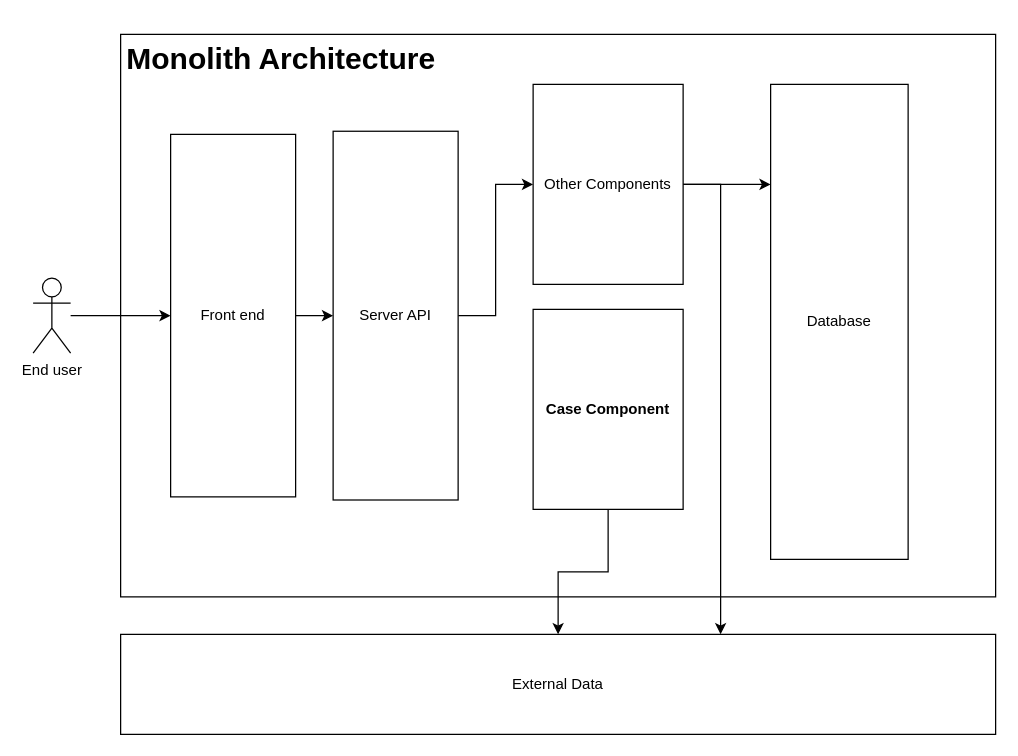
This is draw.io/Untitled Diagram.drawio from veliValentine/master-thesis, a draw.io file, before an edit. Source tidied: cells renumbered, new cells numbered last; positions are measured from the earlier drawing's top-left corner, leaving out a move shared by most shapes. Both pictures are drawn from the tidied source at 125%, with x=0, y=0 at pixel (32, 34).
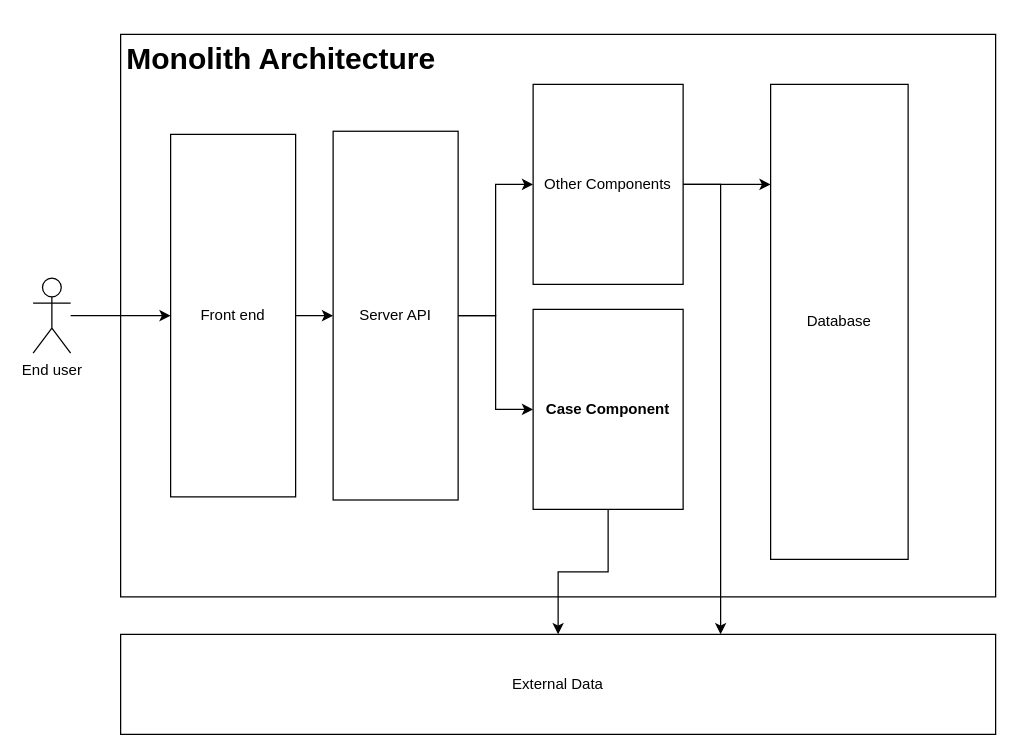
The same diagram, later.

The change refers to these unchanged cells:
```xml
<mxCell id="8" value="Server API" style="rounded=0;whiteSpace=wrap;html=1;" parent="1" vertex="1">
  <mxGeometry x="240" y="77.5" width="100" height="295" as="geometry" />
</mxCell>
<mxCell id="10" value="&lt;b&gt;Case Component&lt;/b&gt;" style="rounded=0;whiteSpace=wrap;html=1;strokeWidth=1;" parent="1" vertex="1">
  <mxGeometry x="400" y="220" width="120" height="160" as="geometry" />
</mxCell>
```

Diff of the diagram source:
```diff
@@
+    <mxCell id="17" style="edgeStyle=orthogonalEdgeStyle;rounded=0;jettySize=auto;html=1;" parent="1" edge="1" source="8" target="10">
+      <mxGeometry relative="1" as="geometry" />
+    </mxCell>
```
